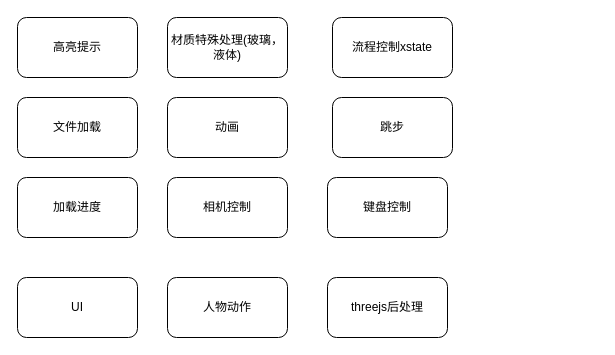
This is 未命名绘图.drawio from Jinxishihenian/mind_mapping, a draw.io file, before an edit. Source tidied: cells renumbered, new cells numbered last; positions are measured from the earlier drawing's top-left corner, leaving out a move shared by most shapes. Both pictures are drawn from the tidied source at 100%, with x=0, y=0 at pixel (17, 17).
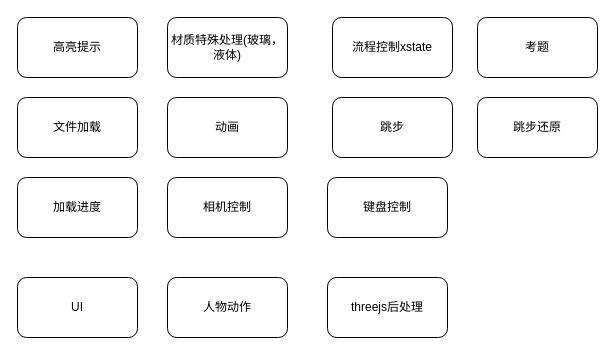
After the change.

Commit message:
更新未命名绘图.drawio

What changed in the source:
```diff
@@
 <mxGraphModel>
   <root>
     <mxCell id="0" />
     <mxCell id="1" parent="0" />
     <mxCell id="2" value="高亮提示" style="rounded=1;whiteSpace=wrap;html=1;" parent="1" vertex="1">
       <mxGeometry width="120" height="60" as="geometry" />
     </mxCell>
     <mxCell id="3" value="文件加载" style="rounded=1;whiteSpace=wrap;html=1;" parent="1" vertex="1">
       <mxGeometry y="80" width="120" height="60" as="geometry" />
     </mxCell>
     <mxCell id="4" value="加载进度" style="rounded=1;whiteSpace=wrap;html=1;" parent="1" vertex="1">
       <mxGeometry y="160" width="120" height="60" as="geometry" />
     </mxCell>
     <mxCell id="5" value="UI" style="rounded=1;whiteSpace=wrap;html=1;" parent="1" vertex="1">
       <mxGeometry y="260" width="120" height="60" as="geometry" />
     </mxCell>
     <mxCell id="6" value="材质特殊处理(玻璃，液体)" style="rounded=1;whiteSpace=wrap;html=1;" parent="1" vertex="1">
       <mxGeometry x="150" width="120" height="60" as="geometry" />
     </mxCell>
     <mxCell id="7" value="动画" style="rounded=1;whiteSpace=wrap;html=1;" parent="1" vertex="1">
       <mxGeometry x="150" y="80" width="120" height="60" as="geometry" />
     </mxCell>
     <mxCell id="8" value="相机控制" style="rounded=1;whiteSpace=wrap;html=1;" parent="1" vertex="1">
       <mxGeometry x="150" y="160" width="120" height="60" as="geometry" />
     </mxCell>
     <mxCell id="9" value="人物动作" style="rounded=1;whiteSpace=wrap;html=1;" parent="1" vertex="1">
       <mxGeometry x="150" y="260" width="120" height="60" as="geometry" />
     </mxCell>
     <mxCell id="10" value="流程控制xstate" style="rounded=1;whiteSpace=wrap;html=1;" parent="1" vertex="1">
       <mxGeometry x="315" width="120" height="60" as="geometry" />
     </mxCell>
     <mxCell id="11" value="跳步" style="rounded=1;whiteSpace=wrap;html=1;" parent="1" vertex="1">
       <mxGeometry x="315" y="80" width="120" height="60" as="geometry" />
     </mxCell>
     <mxCell id="12" value="键盘控制" style="rounded=1;whiteSpace=wrap;html=1;" parent="1" vertex="1">
       <mxGeometry x="310" y="160" width="120" height="60" as="geometry" />
     </mxCell>
     <mxCell id="13" value="threejs后处理" style="rounded=1;whiteSpace=wrap;html=1;" parent="1" vertex="1">
       <mxGeometry x="310" y="260" width="120" height="60" as="geometry" />
     </mxCell>
+    <mxCell id="14" value="跳步还原" style="rounded=1;whiteSpace=wrap;html=1;" parent="1" vertex="1">
+      <mxGeometry x="460" y="80" width="120" height="60" as="geometry" />
+    </mxCell>
+    <mxCell id="15" value="考题" style="rounded=1;whiteSpace=wrap;html=1;" parent="1" vertex="1">
+      <mxGeometry x="460" width="120" height="60" as="geometry" />
+    </mxCell>
   </root>
 </mxGraphModel>
```
